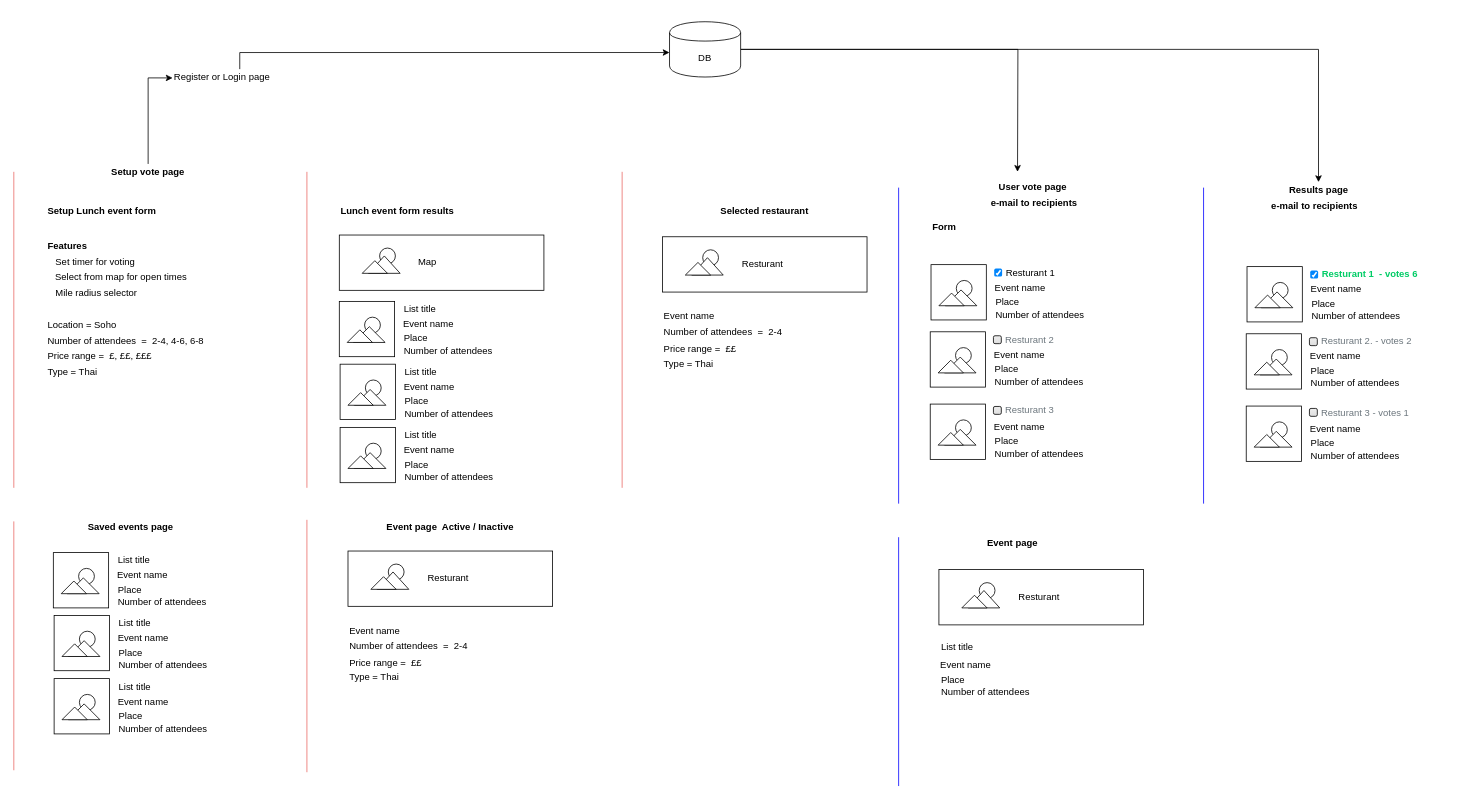
ameenaziz/lunch keeps this draw.io diagram as lunchSystem.drawio. Above is the earlier version. Source tidied: cells renumbered, new cells numbered last; positions are measured from the earlier drawing's top-left corner, leaving out a move shared by most shapes. Both pictures are drawn from the tidied source at 79%, with x=0, y=0 at pixel (13, 21).
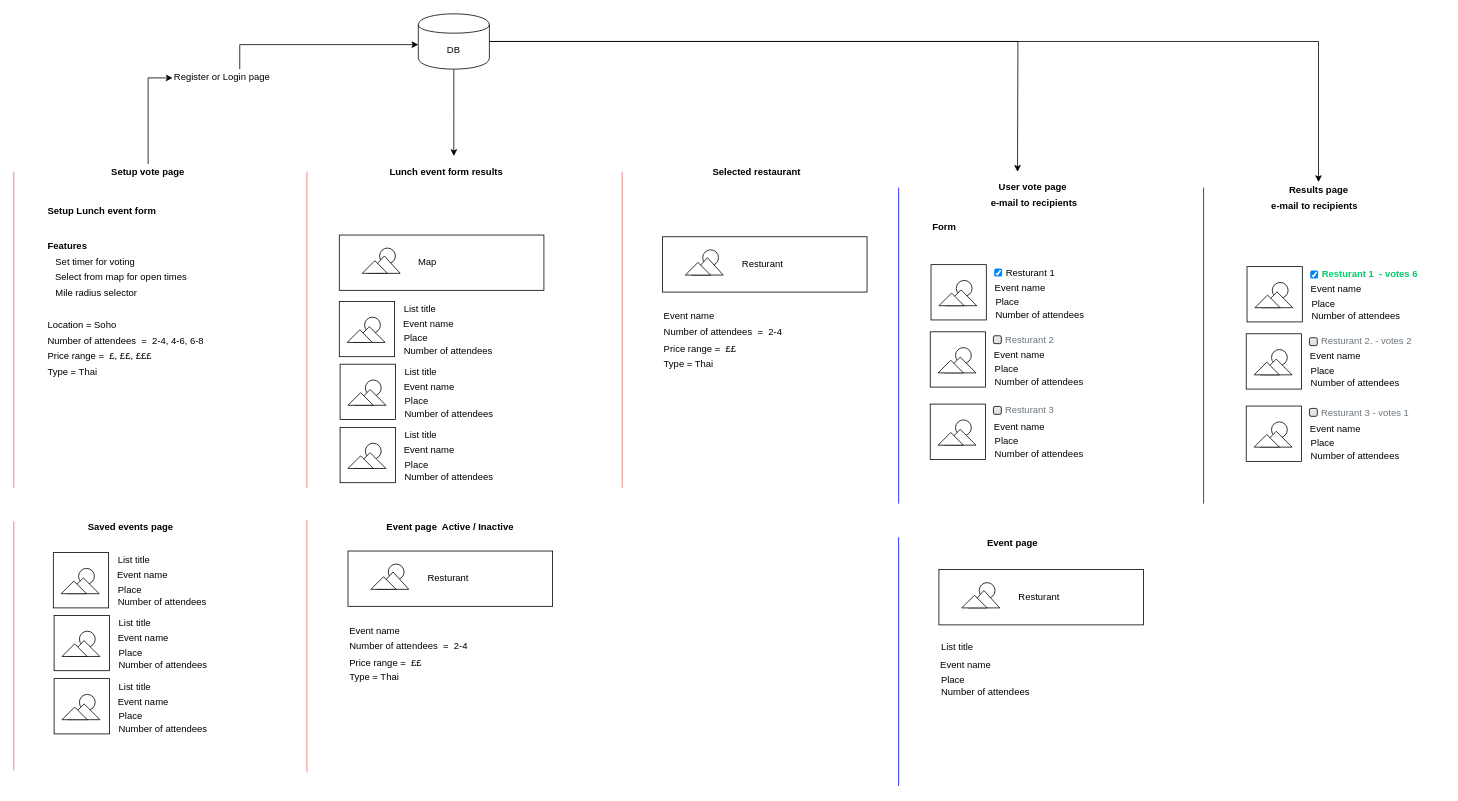
The same diagram, later.

Change to the diagram source:
```diff
@@
+    <mxCell id="290" style="edgeStyle=orthogonalEdgeStyle;rounded=0;jettySize=auto;html=1;" parent="1" edge="1" source="4">
+      <mxGeometry relative="1" as="geometry">
+        <mxPoint x="557" y="170" as="targetPoint" />
+      </mxGeometry>
+    </mxCell>
     <mxCell id="4" value="DB" style="shape=cylinder;whiteSpace=wrap;html=1;boundedLbl=1;backgroundOutline=1;" parent="1" vertex="1">
-      <mxGeometry x="830" width="90" height="70" as="geometry" />
+      <mxGeometry x="512" y="-10" width="90" height="70" as="geometry" />
     </mxCell>
@@
     <mxCell id="54" value="Selected restaurant" style="text;html=1;strokeColor=none;fillColor=none;align=center;verticalAlign=middle;whiteSpace=wrap;rounded=0;fontStyle=1;" parent="1" vertex="1">
-      <mxGeometry x="861" y="230" width="179" height="20" as="geometry" />
+      <mxGeometry x="851" y="180" width="179" height="20" as="geometry" />
     </mxCell>
@@
     <mxCell id="158" value="Lunch event form results" style="text;html=1;strokeColor=none;fillColor=none;align=left;verticalAlign=middle;whiteSpace=wrap;rounded=0;fontStyle=1;" parent="1" vertex="1">
-      <mxGeometry x="412" y="230" width="170" height="20" as="geometry" />
+      <mxGeometry x="473.5" y="180" width="170" height="20" as="geometry" />
     </mxCell>
```
